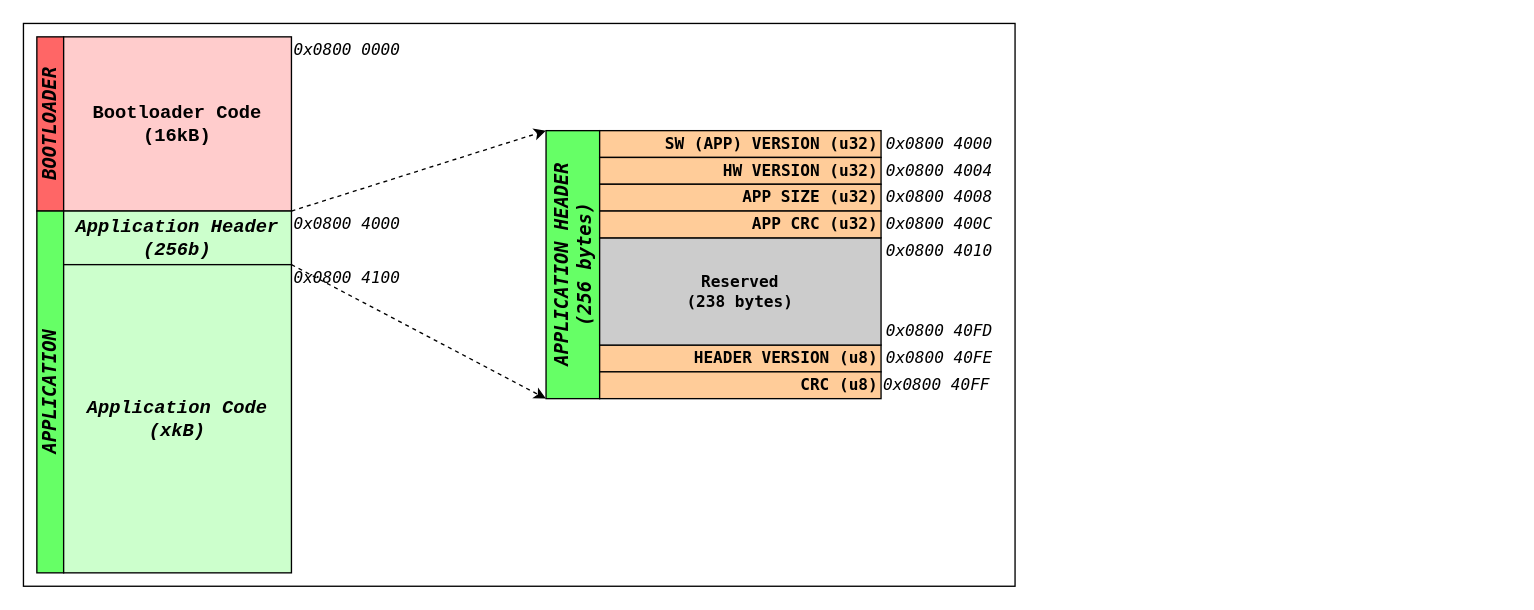
Before: page "Flash Layout" (3 of 5) of doc/Bootloader_Drawings.drawio in GeneralEmbeddedCLibraries/boot, a draw.io diagram. Source tidied: cells renumbered, new cells numbered last; positions are measured from the earlier drawing's top-left corner, leaving out a move shared by most shapes. Both pictures are drawn from the tidied source at 134%, with x=0, y=0 at pixel (23, 23).
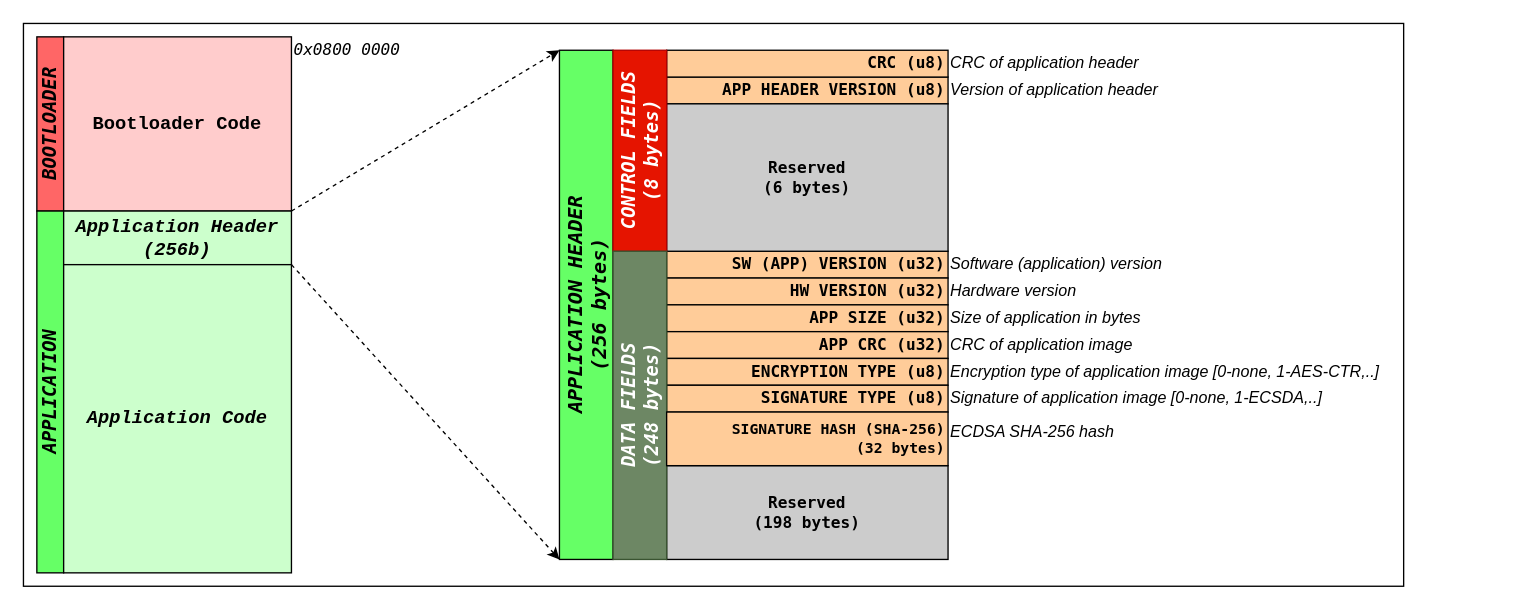
The same diagram, later.

Commit message (it also covers changes not shown here):
- updated application signature tool - updated drawings

Diff of the diagram source:
```diff
@@
     <mxCell id="2" style="rounded=0;whiteSpace=wrap;html=1;" parent="1" vertex="1">
-      <mxGeometry width="740" height="420" as="geometry" />
+      <mxGeometry width="1030" height="420" as="geometry" />
     </mxCell>
-    <mxCell id="3" value="APPLICATION HEADER&lt;br&gt;(256 bytes)" style="rounded=0;whiteSpace=wrap;html=1;strokeWidth=1;horizontal=0;fontStyle=3;fillColor=#66FF66;fontSize=14;fontFamily=Lucida Console;" parent="1" vertex="1">
-      <mxGeometry x="390" y="80" width="40" height="200" as="geometry" />
-    </mxCell>
-    <mxCell id="4" value="HEADER VERSION (u8)" style="rounded=0;whiteSpace=wrap;html=1;strokeWidth=1;fontFamily=Lucida Console;fillColor=#FFCC99;fontStyle=1;align=right;" parent="1" vertex="1">
-      <mxGeometry x="430" y="240" width="210" height="20" as="geometry" />
-    </mxCell>
-    <mxCell id="5" value="SW (APP) VERSION (u32)" style="rounded=0;whiteSpace=wrap;html=1;strokeWidth=1;fontFamily=Lucida Console;fillColor=#FFCC99;fontStyle=1;align=right;" parent="1" vertex="1">
-      <mxGeometry x="430" y="80" width="210" height="20" as="geometry" />
-    </mxCell>
-    <mxCell id="6" value="HW VERSION (u32)" style="rounded=0;whiteSpace=wrap;html=1;strokeWidth=1;fontFamily=Lucida Console;fillColor=#FFCC99;fontStyle=1;align=right;" parent="1" vertex="1">
-      <mxGeometry x="430" y="100" width="210" height="20" as="geometry" />
-    </mxCell>
-    <mxCell id="7" value="APP SIZE (u32)" style="rounded=0;whiteSpace=wrap;html=1;strokeWidth=1;fontFamily=Lucida Console;fillColor=#FFCC99;fontStyle=1;align=right;" parent="1" vertex="1">
-      <mxGeometry x="430" y="120" width="210" height="20" as="geometry" />
-    </mxCell>
-    <mxCell id="8" value="0x0800 4000" style="text;html=1;strokeColor=none;fillColor=none;align=left;verticalAlign=middle;whiteSpace=wrap;rounded=0;strokeWidth=3;fontFamily=Lucida Console;fontStyle=2;" parent="1" vertex="1">
-      <mxGeometry x="642" y="80" width="88" height="20" as="geometry" />
-    </mxCell>
-    <mxCell id="9" value="0x0800 4004" style="text;html=1;strokeColor=none;fillColor=none;align=left;verticalAlign=middle;whiteSpace=wrap;rounded=0;strokeWidth=3;fontFamily=Lucida Console;fontStyle=2;" parent="1" vertex="1">
-      <mxGeometry x="642" y="100" width="88" height="20" as="geometry" />
-    </mxCell>
-    <mxCell id="10" value="0x0800 4008" style="text;html=1;strokeColor=none;fillColor=none;align=left;verticalAlign=middle;whiteSpace=wrap;rounded=0;strokeWidth=3;fontFamily=Lucida Console;fontStyle=2;" parent="1" vertex="1">
-      <mxGeometry x="642" y="120" width="88" height="20" as="geometry" />
-    </mxCell>
-    <mxCell id="11" value="0x0800 400C" style="text;html=1;strokeColor=none;fillColor=none;align=left;verticalAlign=middle;whiteSpace=wrap;rounded=0;strokeWidth=3;fontFamily=Lucida Console;fontStyle=2;" parent="1" vertex="1">
-      <mxGeometry x="642" y="140" width="88" height="20" as="geometry" />
-    </mxCell>
-    <mxCell id="12" value="CRC (u8)" style="rounded=0;whiteSpace=wrap;html=1;strokeWidth=1;fontFamily=Lucida Console;fillColor=#FFCC99;fontStyle=1;align=right;" parent="1" vertex="1">
-      <mxGeometry x="430" y="260" width="210" height="20" as="geometry" />
-    </mxCell>
-    <mxCell id="13" value="0x0800 40FF" style="text;html=1;strokeColor=none;fillColor=none;align=left;verticalAlign=middle;whiteSpace=wrap;rounded=0;strokeWidth=3;fontFamily=Lucida Console;fontStyle=2;" parent="1" vertex="1">
-      <mxGeometry x="640" y="260" width="90" height="20" as="geometry" />
-    </mxCell>
-    <mxCell id="14" value="Reserved&lt;br&gt;(238 bytes)" style="rounded=0;whiteSpace=wrap;html=1;strokeWidth=1;fontFamily=Lucida Console;fillColor=#CCCCCC;fontStyle=1;" parent="1" vertex="1">
-      <mxGeometry x="430" y="160" width="210" height="80" as="geometry" />
-    </mxCell>
-    <mxCell id="15" value="APP CRC (u32)" style="rounded=0;whiteSpace=wrap;html=1;strokeWidth=1;fontFamily=Lucida Console;fillColor=#FFCC99;fontStyle=1;align=right;" parent="1" vertex="1">
-      <mxGeometry x="430" y="140" width="210" height="20" as="geometry" />
-    </mxCell>
-    <mxCell id="16" value="0x0800 40FE" style="text;html=1;strokeColor=none;fillColor=none;align=left;verticalAlign=middle;whiteSpace=wrap;rounded=0;strokeWidth=3;fontFamily=Lucida Console;fontStyle=2;" parent="1" vertex="1">
-      <mxGeometry x="642" y="240" width="88" height="20" as="geometry" />
-    </mxCell>
-    <mxCell id="17" value="0x0800 4010" style="text;html=1;strokeColor=none;fillColor=none;align=left;verticalAlign=middle;whiteSpace=wrap;rounded=0;strokeWidth=3;fontFamily=Lucida Console;fontStyle=2;" parent="1" vertex="1">
-      <mxGeometry x="642" y="160" width="88" height="20" as="geometry" />
-    </mxCell>
-    <mxCell id="18" value="0x0800 40FD" style="text;html=1;strokeColor=none;fillColor=none;align=left;verticalAlign=middle;whiteSpace=wrap;rounded=0;strokeWidth=3;fontFamily=Lucida Console;fontStyle=2;" parent="1" vertex="1">
-      <mxGeometry x="642" y="220" width="88" height="20" as="geometry" />
-    </mxCell>
@@
-    <mxCell id="21" value="Bootloader Code&lt;br style=&quot;font-size: 14px;&quot;&gt;(16kB)" style="rounded=0;whiteSpace=wrap;html=1;fillColor=#FFCCCC;fontFamily=Courier New;fontStyle=1;fontSize=14;" parent="1" vertex="1">
+    <mxCell id="21" value="Bootloader Code" style="rounded=0;whiteSpace=wrap;html=1;fillColor=#FFCCCC;fontFamily=Courier New;fontStyle=1;fontSize=14;" parent="1" vertex="1">
       <mxGeometry x="30" y="10" width="170" height="130" as="geometry" />
     </mxCell>
@@
-    <mxCell id="23" value="Application Code&lt;br style=&quot;font-size: 14px;&quot;&gt;(xkB)" style="rounded=0;whiteSpace=wrap;html=1;fillColor=#CCFFCC;fontFamily=Courier New;fontStyle=3;fontSize=14;" parent="1" vertex="1">
+    <mxCell id="23" value="Application Code" style="rounded=0;whiteSpace=wrap;html=1;fillColor=#CCFFCC;fontFamily=Courier New;fontStyle=3;fontSize=14;" parent="1" vertex="1">
       <mxGeometry x="30" y="180" width="170" height="230" as="geometry" />
     </mxCell>
@@
-    <mxCell id="25" value="0x0800 4000" style="text;html=1;strokeColor=none;fillColor=none;align=left;verticalAlign=middle;whiteSpace=wrap;rounded=0;strokeWidth=3;fontFamily=Lucida Console;fontStyle=2;" parent="1" vertex="1">
-      <mxGeometry x="200" y="140" width="120" height="20" as="geometry" />
-    </mxCell>
-    <mxCell id="26" style="endArrow=classic;html=1;rounded=0;entryX=0;entryY=0;entryDx=0;entryDy=0;exitX=0;exitY=0;exitDx=0;exitDy=0;dashed=1;" parent="1" edge="1" source="25" target="3">
-      <mxGeometry relative="1" as="geometry" />
+    <mxCell id="26" style="endArrow=classic;html=1;rounded=0;entryX=0;entryY=0;entryDx=0;entryDy=0;exitX=0;exitY=0;exitDx=0;exitDy=0;dashed=1;" parent="1" edge="1" target="3">
+      <mxGeometry relative="1" as="geometry">
+        <mxPoint x="200" y="140" as="sourcePoint" />
+      </mxGeometry>
     </mxCell>
-    <mxCell id="27" style="endArrow=classic;html=1;rounded=0;entryX=0;entryY=1;entryDx=0;entryDy=0;exitX=0;exitY=0;exitDx=0;exitDy=0;dashed=1;" parent="1" edge="1" source="28" target="3">
-      <mxGeometry relative="1" as="geometry" />
+    <mxCell id="27" style="endArrow=classic;html=1;rounded=0;exitX=0;exitY=0;exitDx=0;exitDy=0;dashed=1;entryX=0;entryY=1;entryDx=0;entryDy=0;" parent="1" edge="1" target="3">
+      <mxGeometry relative="1" as="geometry">
+        <mxPoint x="200" y="180" as="sourcePoint" />
+      </mxGeometry>
     </mxCell>
-    <mxCell id="28" value="0x0800 4100" style="text;html=1;strokeColor=none;fillColor=none;align=left;verticalAlign=middle;whiteSpace=wrap;rounded=0;strokeWidth=3;fontFamily=Lucida Console;fontStyle=2;" parent="1" vertex="1">
-      <mxGeometry x="200" y="180" width="120" height="20" as="geometry" />
-    </mxCell>
+    <mxCell id="3" value="APPLICATION HEADER&lt;br style=&quot;font-size: 15px;&quot;&gt;(256 bytes)" style="rounded=0;whiteSpace=wrap;html=1;strokeWidth=1;horizontal=0;fontStyle=3;fillColor=#66FF66;fontSize=15;fontFamily=Lucida Console;" parent="1" vertex="1">
+      <mxGeometry x="400" y="20" width="40" height="380" as="geometry" />
+    </mxCell>
+    <mxCell id="29" value="APP HEADER VERSION (u8)" style="rounded=0;whiteSpace=wrap;html=1;strokeWidth=1;fontFamily=Lucida Console;fillColor=#FFCC99;fontStyle=1;align=right;" parent="1" vertex="1">
+      <mxGeometry x="480" y="40" width="210" height="20" as="geometry" />
+    </mxCell>
+    <mxCell id="5" value="SW (APP) VERSION (u32)" style="rounded=0;whiteSpace=wrap;html=1;strokeWidth=1;fontFamily=Lucida Console;fillColor=#FFCC99;fontStyle=1;align=right;" parent="1" vertex="1">
+      <mxGeometry x="480" y="170" width="210" height="20" as="geometry" />
+    </mxCell>
+    <mxCell id="6" value="HW VERSION (u32)" style="rounded=0;whiteSpace=wrap;html=1;strokeWidth=1;fontFamily=Lucida Console;fillColor=#FFCC99;fontStyle=1;align=right;" parent="1" vertex="1">
+      <mxGeometry x="480" y="190" width="210" height="20" as="geometry" />
+    </mxCell>
+    <mxCell id="7" value="APP SIZE (u32)" style="rounded=0;whiteSpace=wrap;html=1;strokeWidth=1;fontFamily=Lucida Console;fillColor=#FFCC99;fontStyle=1;align=right;" parent="1" vertex="1">
+      <mxGeometry x="480" y="210" width="210" height="20" as="geometry" />
+    </mxCell>
+    <mxCell id="12" value="CRC (u8)" style="rounded=0;whiteSpace=wrap;html=1;strokeWidth=1;fontFamily=Lucida Console;fillColor=#FFCC99;fontStyle=1;align=right;" parent="1" vertex="1">
+      <mxGeometry x="480" y="20" width="210" height="20" as="geometry" />
+    </mxCell>
+    <mxCell id="30" value="Reserved&lt;br&gt;(198 bytes)" style="rounded=0;whiteSpace=wrap;html=1;strokeWidth=1;fontFamily=Lucida Console;fillColor=#CCCCCC;fontStyle=1;" parent="1" vertex="1">
+      <mxGeometry x="480" y="330" width="210" height="70" as="geometry" />
+    </mxCell>
+    <mxCell id="15" value="APP CRC (u32)" style="rounded=0;whiteSpace=wrap;html=1;strokeWidth=1;fontFamily=Lucida Console;fillColor=#FFCC99;fontStyle=1;align=right;" parent="1" vertex="1">
+      <mxGeometry x="480" y="230" width="210" height="20" as="geometry" />
+    </mxCell>
+    <mxCell id="31" value="ENCRYPTION TYPE (u8)" style="rounded=0;whiteSpace=wrap;html=1;strokeWidth=1;fontFamily=Lucida Console;fillColor=#FFCC99;fontStyle=1;align=right;" parent="1" vertex="1">
+      <mxGeometry x="480" y="250" width="210" height="20" as="geometry" />
+    </mxCell>
+    <mxCell id="32" value="SIGNATURE TYPE (u8)" style="rounded=0;whiteSpace=wrap;html=1;strokeWidth=1;fontFamily=Lucida Console;fillColor=#FFCC99;fontStyle=1;align=right;" parent="1" vertex="1">
+      <mxGeometry x="480" y="270" width="210" height="20" as="geometry" />
+    </mxCell>
+    <mxCell id="33" value="Reserved&lt;br&gt;(6 bytes)" style="rounded=0;whiteSpace=wrap;html=1;strokeWidth=1;fontFamily=Lucida Console;fillColor=#CCCCCC;fontStyle=1;" parent="1" vertex="1">
+      <mxGeometry x="480" y="60" width="210" height="110" as="geometry" />
+    </mxCell>
+    <mxCell id="34" value="CONTROL FIELDS&lt;br&gt;(8 bytes)" style="rounded=0;whiteSpace=wrap;html=1;strokeWidth=1;horizontal=0;fontStyle=3;fillColor=#e51400;fontSize=14;fontFamily=Lucida Console;strokeColor=#B20000;fontColor=#ffffff;" parent="1" vertex="1">
+      <mxGeometry x="440" y="20" width="40" height="150" as="geometry" />
+    </mxCell>
+    <mxCell id="35" value="DATA FIELDS&lt;br&gt;(248 bytes)" style="rounded=0;whiteSpace=wrap;html=1;strokeWidth=1;horizontal=0;fontStyle=3;fillColor=#6d8764;fontSize=14;fontFamily=Lucida Console;strokeColor=#3A5431;fontColor=#ffffff;" parent="1" vertex="1">
+      <mxGeometry x="440" y="170" width="40" height="230" as="geometry" />
+    </mxCell>
+    <mxCell id="36" value="CRC of application header" style="text;html=1;strokeColor=none;fillColor=none;align=left;verticalAlign=middle;whiteSpace=wrap;rounded=0;fontStyle=2;" parent="1" vertex="1">
+      <mxGeometry x="690" y="20" width="270" height="20" as="geometry" />
+    </mxCell>
+    <mxCell id="37" value="Version of application header&amp;nbsp;" style="text;html=1;strokeColor=none;fillColor=none;align=left;verticalAlign=middle;whiteSpace=wrap;rounded=0;fontStyle=2;" parent="1" vertex="1">
+      <mxGeometry x="690" y="40" width="270" height="20" as="geometry" />
+    </mxCell>
+    <mxCell id="38" value="Software (application) version" style="text;html=1;strokeColor=none;fillColor=none;align=left;verticalAlign=middle;whiteSpace=wrap;rounded=0;fontStyle=2;" parent="1" vertex="1">
+      <mxGeometry x="690" y="170" width="270" height="20" as="geometry" />
+    </mxCell>
+    <mxCell id="39" value="Hardware version" style="text;html=1;strokeColor=none;fillColor=none;align=left;verticalAlign=middle;whiteSpace=wrap;rounded=0;fontStyle=2;" parent="1" vertex="1">
+      <mxGeometry x="690" y="190" width="270" height="20" as="geometry" />
+    </mxCell>
+    <mxCell id="40" value="Size of application in bytes" style="text;html=1;strokeColor=none;fillColor=none;align=left;verticalAlign=middle;whiteSpace=wrap;rounded=0;fontStyle=2;" parent="1" vertex="1">
+      <mxGeometry x="690" y="210" width="270" height="20" as="geometry" />
+    </mxCell>
+    <mxCell id="41" value="CRC of application image" style="text;html=1;strokeColor=none;fillColor=none;align=left;verticalAlign=middle;whiteSpace=wrap;rounded=0;fontStyle=2;" parent="1" vertex="1">
+      <mxGeometry x="690" y="230" width="270" height="20" as="geometry" />
+    </mxCell>
+    <mxCell id="42" value="Encryption type of application image [0-none, 1-AES-CTR,..]" style="text;html=1;strokeColor=none;fillColor=none;align=left;verticalAlign=middle;whiteSpace=wrap;rounded=0;fontStyle=2;" parent="1" vertex="1">
+      <mxGeometry x="690" y="250" width="420" height="20" as="geometry" />
+    </mxCell>
+    <mxCell id="43" value="Signature of application image [0-none, 1-ECSDA,..]" style="text;html=1;strokeColor=none;fillColor=none;align=left;verticalAlign=middle;whiteSpace=wrap;rounded=0;fontStyle=2;" parent="1" vertex="1">
+      <mxGeometry x="690" y="270" width="420" height="20" as="geometry" />
+    </mxCell>
+    <mxCell id="44" value="SIGNATURE HASH (SHA-256) &lt;br&gt;(32 bytes)" style="rounded=0;whiteSpace=wrap;html=1;strokeWidth=1;fontFamily=Lucida Console;fillColor=#FFCC99;fontStyle=1;align=right;fontSize=11;" parent="1" vertex="1">
+      <mxGeometry x="480" y="290" width="210" height="40" as="geometry" />
+    </mxCell>
+    <mxCell id="45" value="ECDSA SHA-256 hash" style="text;html=1;strokeColor=none;fillColor=none;align=left;verticalAlign=middle;whiteSpace=wrap;rounded=0;fontStyle=2;" parent="1" vertex="1">
+      <mxGeometry x="690" y="295" width="420" height="20" as="geometry" />
+    </mxCell>
```
